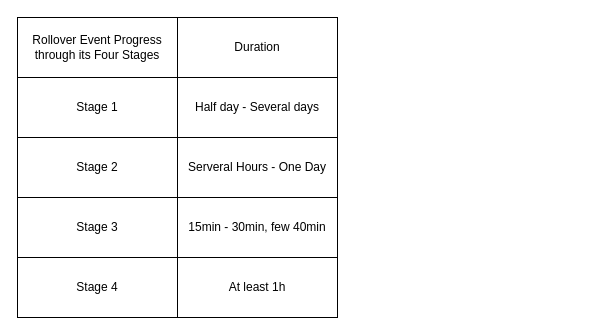
Before: LNGRollover.drawio in LiLiJacky/graphData, a draw.io diagram. Source tidied: cells renumbered, new cells numbered last; positions are measured from the earlier drawing's top-left corner, leaving out a move shared by most shapes. Both pictures are drawn from the tidied source at 100%, with x=0, y=0 at pixel (17, 17).
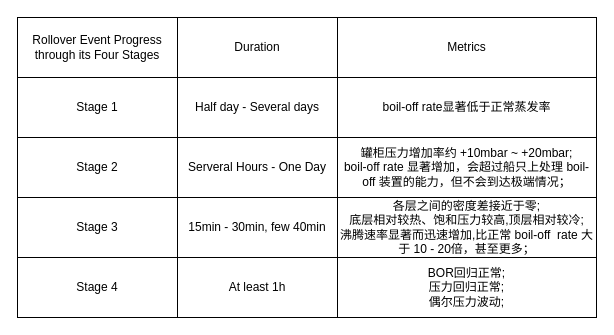
Above is the later version.

The edit, as a diff of the source:
```diff
@@
 <mxGraphModel>
   <root>
     <mxCell id="0" />
     <mxCell id="1" parent="0" />
     <mxCell id="2" value="Rollover Event Progress through its Four Stages" style="rounded=0;whiteSpace=wrap;html=1;" parent="1" vertex="1">
       <mxGeometry width="160" height="60" as="geometry" />
     </mxCell>
     <mxCell id="3" value="Stage 1" style="rounded=0;whiteSpace=wrap;html=1;" parent="1" vertex="1">
       <mxGeometry y="60" width="160" height="60" as="geometry" />
     </mxCell>
     <mxCell id="4" value="Stage 2" style="rounded=0;whiteSpace=wrap;html=1;" parent="1" vertex="1">
       <mxGeometry y="120" width="160" height="60" as="geometry" />
     </mxCell>
     <mxCell id="5" value="Stage 3" style="rounded=0;whiteSpace=wrap;html=1;" parent="1" vertex="1">
       <mxGeometry y="180" width="160" height="60" as="geometry" />
     </mxCell>
     <mxCell id="6" value="Stage 4" style="rounded=0;whiteSpace=wrap;html=1;" parent="1" vertex="1">
       <mxGeometry y="240" width="160" height="60" as="geometry" />
     </mxCell>
     <mxCell id="7" value="Duration" style="rounded=0;whiteSpace=wrap;html=1;" parent="1" vertex="1">
       <mxGeometry x="160" width="160" height="60" as="geometry" />
     </mxCell>
     <mxCell id="8" value="Half day - Several days" style="rounded=0;whiteSpace=wrap;html=1;" parent="1" vertex="1">
       <mxGeometry x="160" y="60" width="160" height="60" as="geometry" />
     </mxCell>
     <mxCell id="9" value="Serveral Hours - One Day" style="rounded=0;whiteSpace=wrap;html=1;" parent="1" vertex="1">
       <mxGeometry x="160" y="120" width="160" height="60" as="geometry" />
     </mxCell>
     <mxCell id="10" value="15min - 30min, few 40min" style="rounded=0;whiteSpace=wrap;html=1;" parent="1" vertex="1">
       <mxGeometry x="160" y="180" width="160" height="60" as="geometry" />
     </mxCell>
     <mxCell id="11" value="At least 1h" style="rounded=0;whiteSpace=wrap;html=1;" parent="1" vertex="1">
       <mxGeometry x="160" y="240" width="160" height="60" as="geometry" />
     </mxCell>
+    <mxCell id="12" value="Metrics" style="rounded=0;whiteSpace=wrap;html=1;" parent="1" vertex="1">
+      <mxGeometry x="320" width="259" height="60" as="geometry" />
+    </mxCell>
+    <mxCell id="13" value="boil-off rate显著低于正常蒸发率" style="rounded=0;whiteSpace=wrap;html=1;" parent="1" vertex="1">
+      <mxGeometry x="320" y="60" width="259" height="60" as="geometry" />
+    </mxCell>
+    <mxCell id="14" value="&lt;div&gt;罐柜压力增加率约 +10mbar ~ +20mbar;&lt;/div&gt;&lt;div&gt;&lt;span style=&quot;background-color: initial;&quot;&gt;boil-off rate 显著增加，会超过船只上处理 boil-off 装置的能力，但不会到达极端情况；&lt;/span&gt;&lt;/div&gt;&lt;div&gt;&lt;span style=&quot;&quot;&gt;&lt;/span&gt;&lt;/div&gt;" style="rounded=0;whiteSpace=wrap;html=1;" parent="1" vertex="1">
+      <mxGeometry x="320" y="120" width="259" height="60" as="geometry" />
+    </mxCell>
+    <mxCell id="15" value="&lt;div&gt;各层之间的密度差接近于零;&lt;/div&gt;&lt;div&gt;底层相对较热、饱和压力较高,&lt;span style=&quot;background-color: initial;&quot;&gt;顶层相对较冷;&lt;/span&gt;&lt;/div&gt;&lt;div&gt;&lt;span style=&quot;background-color: initial;&quot;&gt;沸腾速率显著而迅速增加,比正常 boil-off&amp;nbsp; rate 大于 10 - 20倍，甚至更多；&lt;/span&gt;&lt;/div&gt;" style="rounded=0;whiteSpace=wrap;html=1;" parent="1" vertex="1">
+      <mxGeometry x="320" y="180" width="259" height="60" as="geometry" />
+    </mxCell>
+    <mxCell id="16" value="&lt;div&gt;BOR回归正常;&lt;/div&gt;&lt;div&gt;压力回归正常;&lt;/div&gt;&lt;div&gt;&lt;span style=&quot;background-color: initial;&quot;&gt;偶尔压力波动;&lt;/span&gt;&lt;/div&gt;" style="rounded=0;whiteSpace=wrap;html=1;" parent="1" vertex="1">
+      <mxGeometry x="320" y="240" width="259" height="60" as="geometry" />
+    </mxCell>
   </root>
 </mxGraphModel>
```
